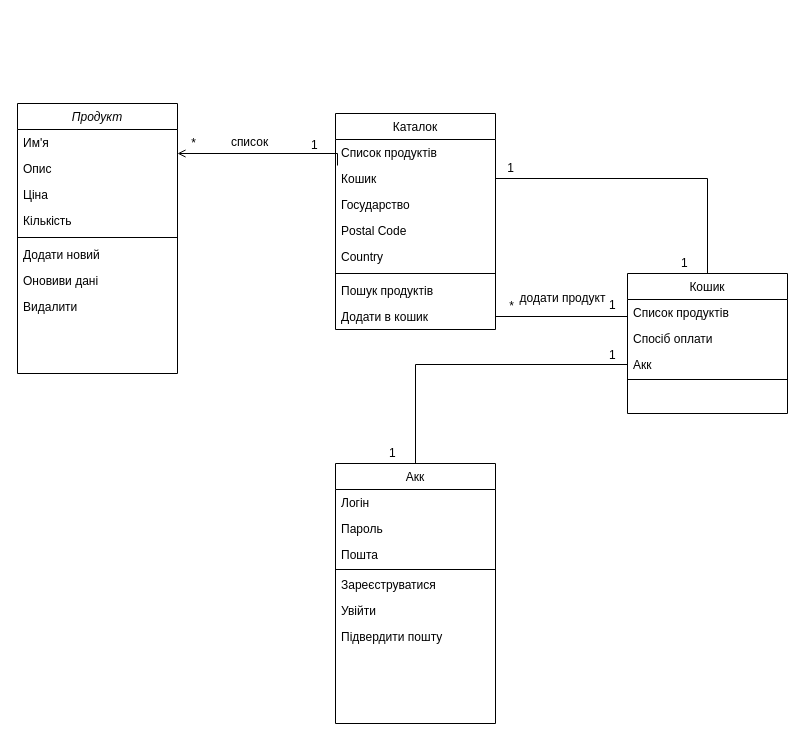
The draw.io diagram АТБ.drawio in CeriiZedF/DiagramsJava, before the edit. Source tidied: cells renumbered, new cells numbered last; positions are measured from the earlier drawing's top-left corner, leaving out a move shared by most shapes. Both pictures are drawn from the tidied source at 100%, with x=0, y=0 at pixel (17, 103).
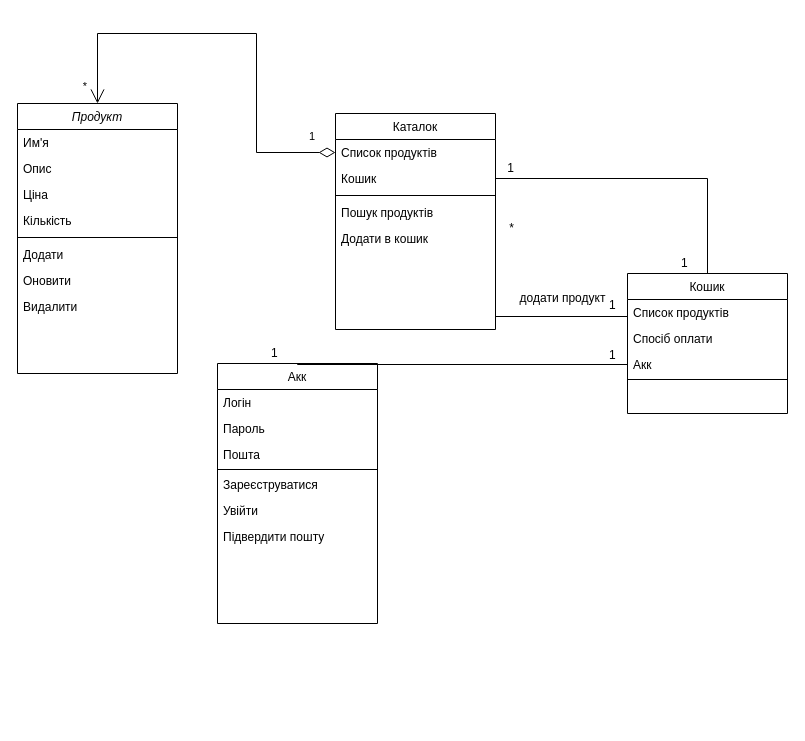
The same diagram, later.

Unchanged cells that the change refers to:
```xml
<mxCell id="2" value="Продукт" style="swimlane;fontStyle=2;align=center;verticalAlign=top;horizontal=1;startSize=26;rounded=0;shadow=0;strokeWidth=1;" parent="1" vertex="1">
  <mxGeometry width="160" height="270" as="geometry" />
</mxCell>
<mxCell id="19" value="Каталок" style="swimlane;fontStyle=0;align=center;verticalAlign=top;horizontal=1;startSize=26;rounded=0;shadow=0;strokeWidth=1;" parent="1" vertex="1">
  <mxGeometry x="318" y="10" width="160" height="216" as="geometry" />
</mxCell>
<mxCell id="20" value="Список продуктів" style="text;align=left;verticalAlign=top;spacingLeft=4;spacingRight=4;overflow=hidden;points=[[0,0.5],[1,0.5]];portConstraint=eastwest;" parent="19" vertex="1">
  <mxGeometry y="26" width="160" height="26" as="geometry" />
</mxCell>
<mxCell id="21" value="Кошик" style="text;align=left;verticalAlign=top;spacingLeft=4;spacingRight=4;overflow=hidden;points=[[0,0.5],[1,0.5]];portConstraint=eastwest;rounded=0;shadow=0;html=0;" parent="19" vertex="1">
  <mxGeometry y="52" width="160" height="26" as="geometry" />
</mxCell>
```

Change to the diagram source:
```diff
@@
-    <mxCell id="8" value="Додати новий" style="text;align=left;verticalAlign=top;spacingLeft=4;spacingRight=4;overflow=hidden;rounded=0;shadow=0;html=0;" parent="2" vertex="1">
+    <mxCell id="8" value="Додати" style="text;align=left;verticalAlign=top;spacingLeft=4;spacingRight=4;overflow=hidden;rounded=0;shadow=0;html=0;" parent="2" vertex="1">
       <mxGeometry y="138" width="160" height="26" as="geometry" />
     </mxCell>
-    <mxCell id="9" value="Оновиви дані" style="text;align=left;verticalAlign=top;spacingLeft=4;spacingRight=4;overflow=hidden;rounded=0;shadow=0;html=0;" parent="2" vertex="1">
+    <mxCell id="9" value="Оновити" style="text;align=left;verticalAlign=top;spacingLeft=4;spacingRight=4;overflow=hidden;rounded=0;shadow=0;html=0;" parent="2" vertex="1">
       <mxGeometry y="164" width="160" height="26" as="geometry" />
     </mxCell>
@@
     <mxCell id="11" value="Акк" style="swimlane;fontStyle=0;align=center;verticalAlign=top;horizontal=1;startSize=26;rounded=0;shadow=0;strokeWidth=1;" parent="1" vertex="1">
-      <mxGeometry x="318" y="360" width="160" height="260" as="geometry" />
+      <mxGeometry x="200" y="260" width="160" height="260" as="geometry" />
     </mxCell>
@@
-    <mxCell id="22" value="Государство" style="text;align=left;verticalAlign=top;spacingLeft=4;spacingRight=4;overflow=hidden;rounded=0;shadow=0;html=0;" parent="19" vertex="1">
-      <mxGeometry y="78" width="160" height="26" as="geometry" />
-    </mxCell>
-    <mxCell id="23" value="Postal Code" style="text;align=left;verticalAlign=top;spacingLeft=4;spacingRight=4;overflow=hidden;rounded=0;shadow=0;html=0;" parent="19" vertex="1">
-      <mxGeometry y="104" width="160" height="26" as="geometry" />
-    </mxCell>
-    <mxCell id="24" value="Country" style="text;align=left;verticalAlign=top;spacingLeft=4;spacingRight=4;overflow=hidden;rounded=0;shadow=0;html=0;" parent="19" vertex="1">
-      <mxGeometry y="130" width="160" height="26" as="geometry" />
-    </mxCell>
     <mxCell id="25" style="line;html=1;strokeWidth=1;align=left;verticalAlign=middle;spacingTop=-1;spacingLeft=3;spacingRight=3;labelPosition=right;" parent="19" vertex="1">
-      <mxGeometry y="156" width="160" height="8" as="geometry" />
+      <mxGeometry y="78" width="160" height="8" as="geometry" />
     </mxCell>
     <mxCell id="26" value="Пошук продуктів" style="text;align=left;verticalAlign=top;spacingLeft=4;spacingRight=4;overflow=hidden;" parent="19" vertex="1">
-      <mxGeometry y="164" width="160" height="26" as="geometry" />
+      <mxGeometry y="86" width="160" height="26" as="geometry" />
     </mxCell>
     <mxCell id="27" value="Додати в кошик" style="text;align=left;verticalAlign=top;spacingLeft=4;spacingRight=4;overflow=hidden;points=[[0,0.5],[1,0.5]];portConstraint=eastwest;" parent="19" vertex="1">
-      <mxGeometry y="190" width="160" height="26" as="geometry" />
+      <mxGeometry y="112" width="160" height="26" as="geometry" />
     </mxCell>
-    <mxCell id="28" style="endArrow=open;shadow=0;strokeWidth=1;rounded=0;curved=0;endFill=1;edgeStyle=elbowEdgeStyle;elbow=vertical;" parent="1" edge="1" source="21" target="2">
-      <mxGeometry x="0.5" y="41" relative="1" as="geometry">
-        <Array as="points">
-          <mxPoint x="320" y="50" />
-        </Array>
-        <mxPoint x="-40" y="32" as="offset" />
-      </mxGeometry>
-    </mxCell>
-    <mxCell id="29" value="1" style="align=left;verticalAlign=bottom;labelBackgroundColor=none;fontSize=12;" parent="28" vertex="1">
-      <mxGeometry x="-1" relative="1" as="geometry">
-        <mxPoint x="-28" y="-12" as="offset" />
-      </mxGeometry>
-    </mxCell>
-    <mxCell id="30" value="*" style="align=right;verticalAlign=bottom;labelBackgroundColor=none;fontSize=12;" parent="28" vertex="1">
-      <mxGeometry x="1" relative="1" as="geometry">
-        <mxPoint x="20" y="-2" as="offset" />
-      </mxGeometry>
-    </mxCell>
-    <mxCell id="31" value="список" style="text;html=1;align=center;verticalAlign=middle;labelBackgroundColor=none;rounded=0;shadow=0;strokeWidth=1;fontSize=12;" parent="28" vertex="1">
-      <mxGeometry x="0.5" y="49" relative="1" as="geometry">
-        <mxPoint x="28" y="-61" as="offset" />
-      </mxGeometry>
-    </mxCell>
@@
+    <mxCell id="47" style="endArrow=open;html=1;endSize=12;startArrow=diamondThin;startSize=14;startFill=0;edgeStyle=orthogonalEdgeStyle;rounded=0;exitX=0;exitY=0.5;exitDx=0;exitDy=0;entryX=0.5;entryY=0;entryDx=0;entryDy=0;" parent="1" edge="1" source="20" target="2">
+      <mxGeometry x="-0.07" y="-91" relative="1" as="geometry">
+        <Array as="points">
+          <mxPoint x="239" y="49" />
+          <mxPoint x="239" y="-70" />
+          <mxPoint x="80" y="-70" />
+        </Array>
+        <mxPoint x="91" y="91" as="offset" />
+      </mxGeometry>
+    </mxCell>
+    <mxCell id="29" value="1" style="edgeLabel;html=1;align=left;verticalAlign=top;" parent="47" vertex="1">
+      <mxGeometry x="-1" relative="1" as="geometry">
+        <mxPoint x="-28" y="-29" as="offset" />
+      </mxGeometry>
+    </mxCell>
+    <mxCell id="30" value="*" style="edgeLabel;html=1;align=right;verticalAlign=top;" parent="47" vertex="1">
+      <mxGeometry x="1" relative="1" as="geometry">
+        <mxPoint x="-10" y="-30" as="offset" />
+      </mxGeometry>
+    </mxCell>
```
